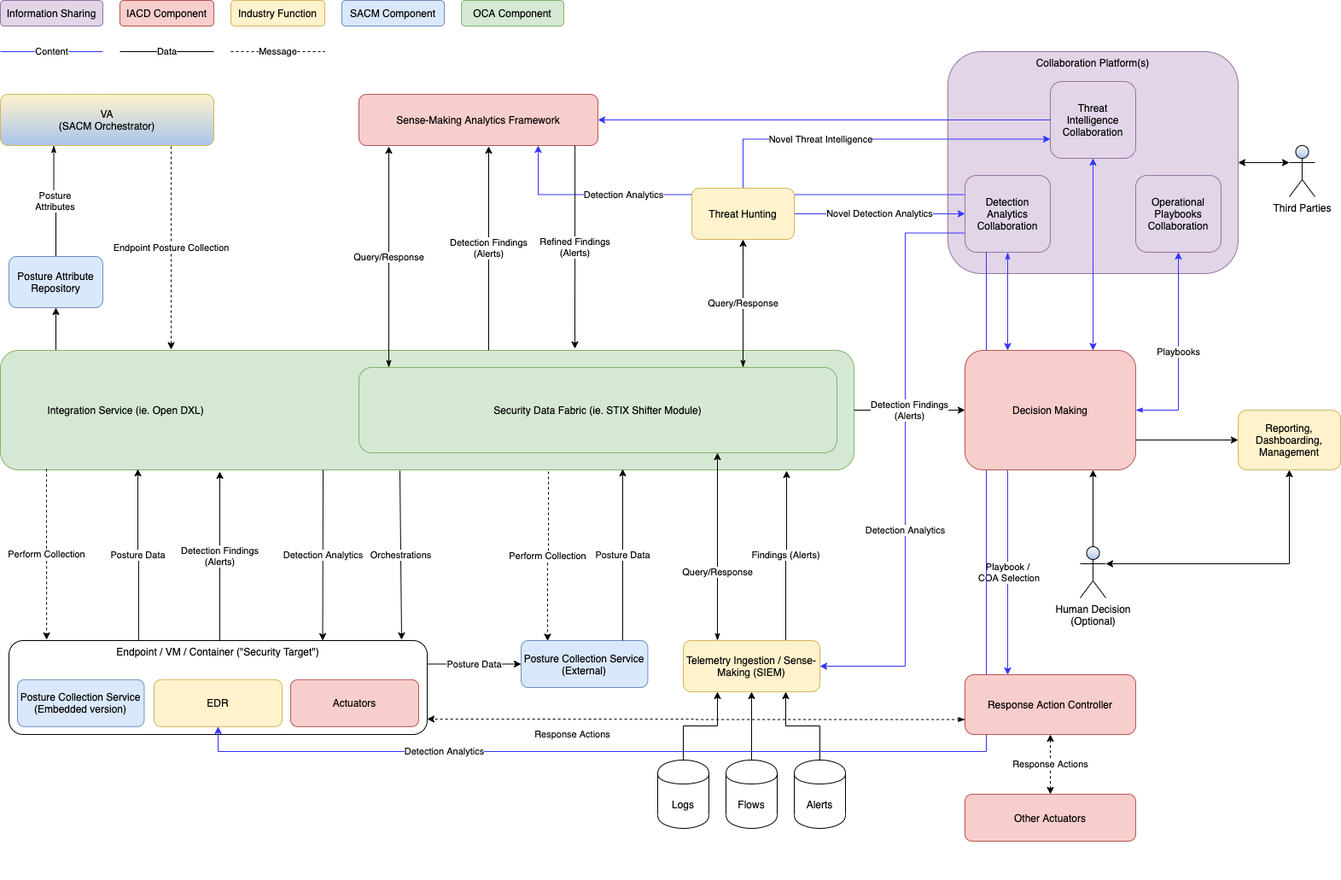
The draw.io diagram SACM_OCA_IACD.png in opencybersecurityalliance/documentation, before a commit. Source tidied: cells renumbered, new cells last; positions are measured from the earlier drawing's top-left corner, leaving out a move shared by most shapes.
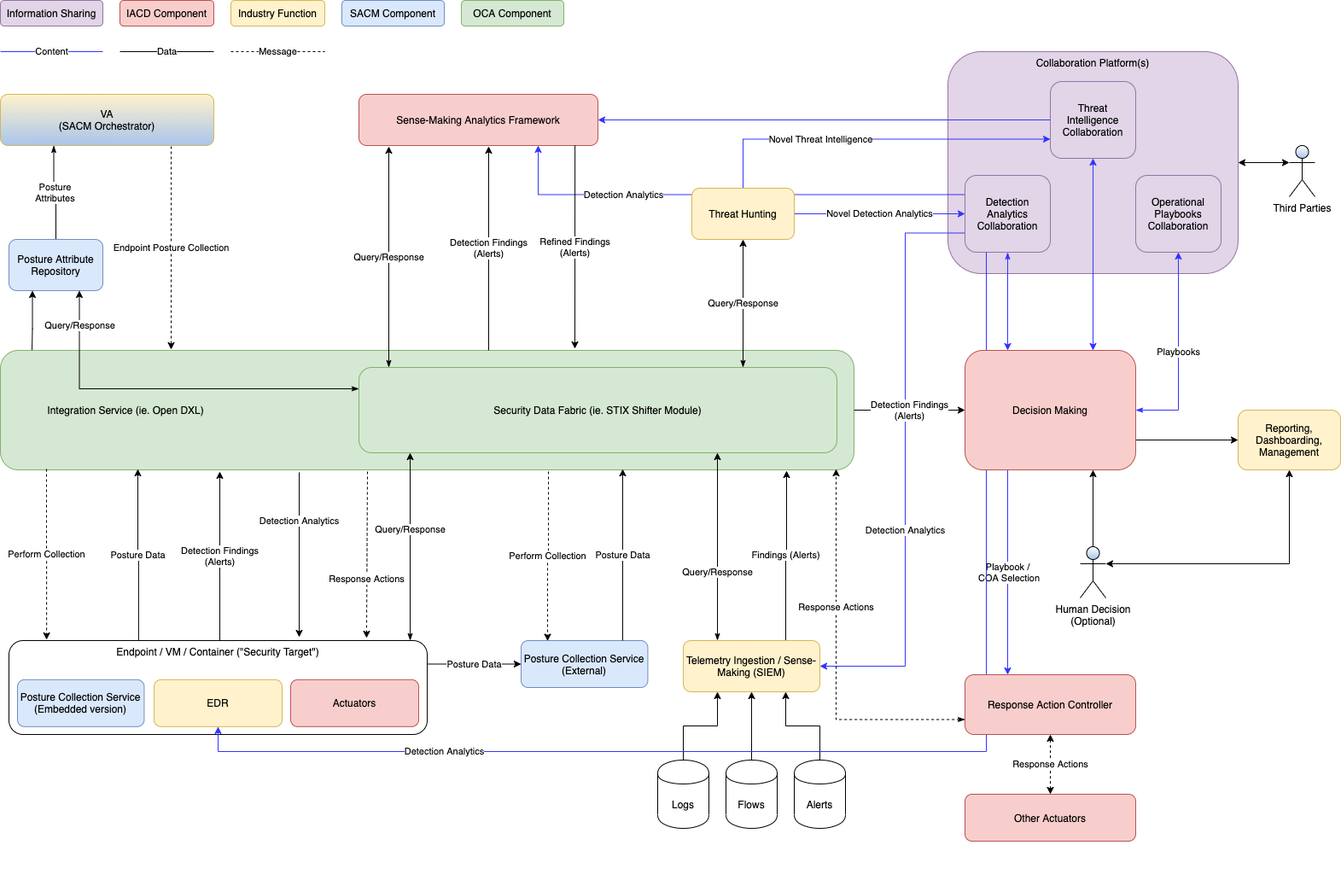
After the commit.

The edit, as a diff of the source:
```diff
@@ -13,14 +13,16 @@
     <mxCell id="4" value="Posture&lt;br&gt;Attributes" style="edgeStyle=orthogonalEdgeStyle;rounded=0;jettySize=auto;html=1;entryX=0.25;entryY=1;entryDx=0;entryDy=0;startArrow=none;startFill=0;endArrow=classicThin;endFill=1;exitX=0.5;exitY=0;exitDx=0;exitDy=0;" parent="1" edge="1" source="5" target="12">
       <mxGeometry relative="1" as="geometry" />
     </mxCell>
+    <mxCell id="74" style="edgeStyle=orthogonalEdgeStyle;rounded=0;jettySize=auto;html=1;exitX=0.25;exitY=1;exitDx=0;exitDy=0;entryX=0.037;entryY=0;entryDx=0;entryDy=0;entryPerimeter=0;startArrow=classic;startFill=1;strokeColor=#000000;endArrow=none;endFill=0;" parent="1" edge="1" source="5" target="7">
+      <mxGeometry relative="1" as="geometry">
+        <Array as="points">
+          <mxPoint x="38" y="385" />
+        </Array>
+      </mxGeometry>
+    </mxCell>
     <mxCell id="5" value="Posture Attribute Repository" style="rounded=1;whiteSpace=wrap;html=1;fillColor=#dae8fc;strokeColor=#6c8ebf;" parent="1" vertex="1">
-      <mxGeometry x="10" y="300" width="110" height="60" as="geometry" />
+      <mxGeometry x="10" y="280" width="110" height="60" as="geometry" />
     </mxCell>
-    <mxCell id="6" value="Endpoint Data" style="edgeStyle=orthogonalEdgeStyle;rounded=0;jettySize=auto;html=1;entryX=0.5;entryY=1;entryDx=0;entryDy=0;" parent="1" edge="1" target="5">
-      <mxGeometry relative="1" as="geometry">
-        <mxPoint x="595" y="487" as="sourcePoint" />
-      </mxGeometry>
-    </mxCell>
     <mxCell id="7" value="&amp;nbsp; &amp;nbsp; &amp;nbsp; &amp;nbsp; &amp;nbsp; &amp;nbsp; &amp;nbsp; &amp;nbsp; Integration Service (ie. Open DXL)" style="rounded=1;whiteSpace=wrap;html=1;align=left;fillColor=#d5e8d4;strokeColor=#82b366;" parent="1" vertex="1">
       <mxGeometry y="410" width="1000" height="140" as="geometry" />
     </mxCell>
@@ -61,14 +63,14 @@
         <mxPoint x="257" y="750" as="sourcePoint" />
       </mxGeometry>
     </mxCell>
-    <mxCell id="19" value="Detection Analytics" style="endArrow=classic;html=1;entryX=0.75;entryY=0;entryDx=0;entryDy=0;" parent="1" edge="1" target="14">
-      <mxGeometry relative="1" as="geometry">
-        <mxPoint x="378" y="550" as="sourcePoint" />
+    <mxCell id="19" value="Detection Analytics" style="endArrow=classic;html=1;exitX=0.35;exitY=1.021;exitDx=0;exitDy=0;exitPerimeter=0;" parent="1" edge="1" source="7">
+      <mxGeometry x="-0.41" relative="1" as="geometry">
+        <mxPoint x="350" y="746" as="targetPoint" />
       </mxGeometry>
     </mxCell>
-    <mxCell id="20" value="Orchestrations" style="endArrow=classic;html=1;exitX=0.468;exitY=1.007;exitDx=0;exitDy=0;exitPerimeter=0;" parent="1" edge="1" source="7">
-      <mxGeometry relative="1" as="geometry">
-        <mxPoint x="470" y="749" as="targetPoint" />
+    <mxCell id="20" value="Response Actions" style="endArrow=classic;html=1;dashed=1;entryX=0.855;entryY=-0.027;entryDx=0;entryDy=0;entryPerimeter=0;" parent="1" edge="1" target="14">
+      <mxGeometry x="0.29" relative="1" as="geometry">
+        <mxPoint x="430" y="552" as="sourcePoint" />
       </mxGeometry>
     </mxCell>
     <mxCell id="21" value="Posture Collection Service (External)" style="rounded=1;whiteSpace=wrap;html=1;fillColor=#dae8fc;strokeColor=#6c8ebf;" parent="1" vertex="1">
@@ -123,10 +125,8 @@
         <mxPoint x="673" y="408" as="targetPoint" />
       </mxGeometry>
     </mxCell>
-    <mxCell id="33" value="Response Actions" style="edgeStyle=orthogonalEdgeStyle;rounded=0;jettySize=auto;html=1;entryX=1;entryY=0.836;entryDx=0;entryDy=0;startArrow=classicThin;startFill=1;exitX=0;exitY=0.75;exitDx=0;exitDy=0;dashed=1;entryPerimeter=0;" parent="1" edge="1" source="67" target="14">
-      <mxGeometry x="0.46" y="18" relative="1" as="geometry">
-        <mxPoint x="1" as="offset" />
-      </mxGeometry>
+    <mxCell id="33" value="Response Actions" style="edgeStyle=orthogonalEdgeStyle;rounded=0;jettySize=auto;html=1;entryX=0.979;entryY=0.993;entryDx=0;entryDy=0;startArrow=classicThin;startFill=1;exitX=0;exitY=0.75;exitDx=0;exitDy=0;dashed=1;entryPerimeter=0;" parent="1" edge="1" source="67" target="7">
+      <mxGeometry x="0.28" relative="1" as="geometry" />
     </mxCell>
     <mxCell id="34" value="Playbooks" style="edgeStyle=orthogonalEdgeStyle;rounded=0;jettySize=auto;html=1;exitX=1;exitY=0.5;exitDx=0;exitDy=0;entryX=0.5;entryY=1;entryDx=0;entryDy=0;startArrow=classicThin;startFill=1;strokeColor=#3333FF;" parent="1" edge="1" source="66" target="43">
       <mxGeometry relative="1" as="geometry" />
@@ -262,5 +262,14 @@
     <mxCell id="73" value="Reporting, Dashboarding, Management" style="rounded=1;whiteSpace=wrap;html=1;fillColor=#fff2cc;strokeColor=#d6b656;" parent="1" vertex="1">
       <mxGeometry x="1450" y="480" width="120" height="70" as="geometry" />
     </mxCell>
+    <mxCell id="75" value="Query/Response" style="edgeStyle=orthogonalEdgeStyle;rounded=0;orthogonalLoop=1;jettySize=auto;html=1;entryX=0.75;entryY=1;entryDx=0;entryDy=0;startArrow=classicThin;startFill=1;exitX=0.25;exitY=0;exitDx=0;exitDy=0;" parent="1" edge="1">
+      <mxGeometry x="0.18" relative="1" as="geometry">
+        <mxPoint x="480" y="750" as="sourcePoint" />
+        <mxPoint x="480" y="530" as="targetPoint" />
+      </mxGeometry>
+    </mxCell>
+    <mxCell id="76" value="Query/Response" style="edgeStyle=orthogonalEdgeStyle;rounded=0;jettySize=auto;html=1;entryX=0.75;entryY=1;entryDx=0;entryDy=0;startArrow=classicThin;startFill=1;exitX=0;exitY=0.25;exitDx=0;exitDy=0;" parent="1" edge="1" source="11" target="5">
+      <mxGeometry x="0.82" relative="1" as="geometry" />
+    </mxCell>
   </root>
 </mxGraphModel>
```
